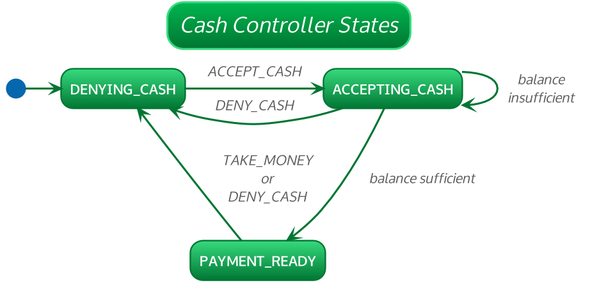
Above: img/cash_controller_state.png in FerryTix/diagrams (PlantUML), before the change. Source of this version:
```plantuml
@startuml

!$THEME = "bluegray"

!if %not(%variable_exists("$BGCOLOR"))
!$BGCOLOR = $WHITE
!endif

skinparam backgroundColor $BGCOLOR


!$WHITE = "#fff"
!$GRAY_DARK = "#5a5a5a"
!$GRAY = "#959595"
!$PRIMARY = "#007633"
!$SECONDARY = "#00B64F"
!$SUCCESS = "#b5bd00"
!$INFO = "#0568ae"
!$WARNING = "#ea7400"
!$DANGER = "#cf2a2a"
!$LIGHT = "#d2d2d2"
!$DARK = "#5a5a5a"

!$FGCOLOR = $DARK
!$PRIMARY_DARK = "#007633"
!$PRIMARY_LIGHT = "#37DA7E"
!$PRIMARY_TEXT = $WHITE
!$SECONDARY_LIGHT = "#f5f5f5"
!$SECONDARY_DARK = "#c2c2c2"
!$SECONDARY_TEXT = $DARK
!$INFO_LIGHT = "#3786be"
!$INFO_DARK = "#04538b"
!$INFO_TEXT = $WHITE
!$SUCCESS_LIGHT = "#c4ca33"
!$SUCCESS_DARK = "#919700"
!$SUCCESS_TEXT = $WHITE
!$WARNING_LIGHT = "#ee9033"
!$WARNING_DARK = "#bb5d00"
!$WARNING_TEXT = $WHITE
!$DANGER_LIGHT = "#d95555"
!$DANGER_DARK = "#a62222"
!$DANGER_TEXT = $WHITE

!procedure $success($msg)
  <font color=$SUCCESS><b>$msg
!endprocedure

!procedure $failure($msg)
  <font color=$DANGER><b>$msg
!endprocedure

!procedure $warning($msg)
  <font color=$WARNING><b>$msg
!endprocedure

!procedure $primary_scheme()

	FontColor $PRIMARY_TEXT
	BorderColor #060
	BackgroundColor $PRIMARY_LIGHT-$PRIMARY

!endprocedure

!procedure $secondary_scheme()
	FontColor $SECONDARY_TEXT
	BorderColor $SECONDARY_DARK
	BackgroundColor $WHITE-#fefefe
!endprocedure

skinparam defaultFontName        "Oxygen-Sans"
skinparam defaultFontSize        14
skinparam dpi                    150
skinparam shadowing              false
skinparam roundcorner            20
skinparam ParticipantPadding     30
skinparam BoxPadding             20
skinparam Padding                4
skinparam ArrowColor             $PRIMARY_DARK
skinparam defaultFontStyle       bold
skinparam stereotype {
    CBackgroundColor $SECONDARY_LIGHT
    CBorderColor $SECONDARY_DARK
    ABackgroundColor $SUCCESS_LIGHT
    ABorderColor $SUCCESS_DARK
    IBackgroundColor $DANGER_LIGHT
    IBorderColor $DANGER_DARK
    EBackgroundColor $WARNING_LIGHT
    EBorderColor $WARNING_DARK
    NBackgroundColor $INFO_LIGHT
    NBorderColor $INFO_DARK
}
skinparam title {
	FontColor	                 $WHITE
	BorderColor	                 $PRIMARY_LIGHT
	FontSize	    	         22
	BorderRoundCorner            32
	FontStyle                    italic
	BorderThickness 	         2
	BackgroundColor              $SECONDARY-$PRIMARY
}


skinparam legend {
	BackgroundColor $SECONDARY
	BorderColor $SECONDARY_DARK
	FontColor $DARK
}

!startsub swimlane
skinparam swimlane {
	BorderColor $INFO
	BorderThickness 2
	TitleBackgroundColor  $SECONDARY_LIGHT-$SECONDARY
	TitleFontColor $PRIMARY
}
!endsub

!startsub activity

skinparam activity {
	FontColor $PRIMARY_TEXT
	BorderColor $PRIMARY_LIGHT
	BackgroundColor $PRIMARY_LIGHT-$PRIMARY
	BarColor $SUCCESS
	StartColor #444
	EndColor $PRIMARY_LIGHT
	DiamondBackgroundColor $SECONDARY-$PRIMARY
  	DiamondBorderColor $PRIMARY_LIGHT
	DiamondFontColor $WHITE
}
!endsub

!startsub participant

skinparam participant {
	$primary_scheme()
	ParticipantBorderThickness 2
}
!endsub

!startsub actor

skinparam actor {
	$primary_scheme()
	FontColor $PRIMARY
}
!endsub

!startsub arrow

skinparam arrow {
	Thickness 2
	Color $PRIMARY
	FontColor $FGCOLOR
	FontStyle italic
}
!endsub

!startsub sequence

skinparam sequence {
	BorderColor $PRIMARY
	StartColor $PRIMARY
	EndColor #000
	BoxBackgroundColor $LIGHT
	BoxBorderColor $GRAY
	BoxFontColor $DARK
	LifeLineBorderColor #111
	LifeLineBorderThickness 2
	GroupBorderColor $GRAY
	GroupFontColor $DARK
	GroupHeaderFontColor $INFO
	DividerBackgroundColor $WHITE-$LIGHT
    DividerBorderColor $GRAY
    DividerBorderThickness 2
    DividerFontColor $DARK
	ReferenceBackgroundColor $BGCOLOR
	ReferenceBorderColor $GRAY
	ReferenceFontColor $DARK
	ReferenceHeaderFontColor $INFO

}
!endsub

!startsub partition

skinparam partition {
	BorderColor $PRIMARY
	FontColor $PRIMARY
	BackgroundColor $BGCOLOR
}
!endsub

!startsub collections

skinparam collections {
	$primary_scheme()
}
!endsub

!startsub control

skinparam control {
	$primary_scheme()
	FontColor $PRIMARY
}
!endsub

!startsub entity

skinparam entity {
	$primary_scheme()
	FontColor $PRIMARY
}
!endsub

!startsub boundary

skinparam boundary {
	$primary_scheme()
	FontColor $PRIMARY
}
!endsub

!startsub agent

skinparam agent {
	BackgroundColor #orange
	BorderColor #999999
	FontColor #333333
}
!endsub

!startsub note

skinparam note {
	BorderThickness 1
	BackgroundColor $INFO_LIGHT-$INFO
	BorderColor $INFO
	FontColor $WHITE
}
!endsub

!startsub artifact

skinparam artifact {
	BackgroundColor $WHITE-$LIGHT
	BorderColor $SECONDARY_DARK
	FontColor $SECONDARY_TEXT
}
!endsub

!startsub component

skinparam component {
	$primary_scheme()
}
!endsub

!startsub interface

skinparam interface {
	BackgroundColor  $DANGER_LIGHT
	BorderColor  $DANGER
	FontColor $DARK
}
!endsub

!startsub storage

skinparam storage {
	BackgroundColor $WARNING_LIGHT-$WARNING
  	BorderColor $WARNING
	FontColor $WARNING_TEXT
}
!endsub

!startsub node

skinparam node {
	BackgroundColor $SECONDARY_LIGHT-$SECONDARY
	BorderColor $SECONDARY_DARK
	FontColor $PRIMARY
}
!endsub

!startsub cloud

skinparam cloud {
	BackgroundColor #F2FCFE-#eeeeee
	BorderColor #F2FCFE
	FontColor $PRIMARY
}
!endsub

!startsub database

skinparam database {
	$primary_scheme()
	BorderColor $PRIMARY_DARK
}
!endsub

!startsub class

skinparam class {
	$primary_scheme()
	Public #000
	HeaderBackgroundColor $PRIMARY
	StereotypeFontColor $DARK
	BorderThickness 1
	AttributeFontColor $WHITE
	AttributeFontSize 14
}
!endsub

!startsub object

skinparam object {
	$primary_scheme()
	StereotypeFontColor $DARK
	BorderThickness 1
	AttributeFontColor $LIGHT
	AttributeFontSize 11
}
!endsub

!startsub usecase

skinparam usecase {
	$primary_scheme()
	BorderThickness 2
	StereotypeFontColor $PRIMARY
}
!endsub

!startsub rectangle

skinparam rectangle {
	$secondary_scheme()
	BorderThickness 2
	StereotypeFontColor $PRIMARY
}
!endsub

!startsub package

skinparam package {
	FontColor $PRIMARY
	BorderColor $PRIMARY_LIGHT
	BackgroundColor $BGCOLOR
	BorderThickness 2
}
!endsub

!startsub folder

skinparam folder {
	BackgroundColor $WHITE-$SECONDARY_LIGHT
  	BorderColor $WARNING
	FontColor $WARNING
	BorderThickness 2
}
!endsub

!startsub frame

skinparam frame {
	BackgroundColor $WHITE-$SECONDARY_LIGHT
  	BorderColor $INFO
	FontColor $INFO
	BorderThickness 2
}
!endsub

!startsub state

skinparam state {
	$primary_scheme()
	BorderColor $PRIMARY_DARK
	StartColor $INFO
	EndColor $INFO
	AttributeFontColor $LIGHT
	AttributeFontSize 11
}
!endsub

!startsub queue

skinparam queue {
	$primary_scheme()
}
!endsub

!startsub card

skinparam card {
	BackgroundColor $INFO_LIGHT-$INFO
	BorderColor $INFO
	FontColor $INFO_TEXT
}
!endsub

!startsub file

skinparam file {
	BackgroundColor $SECONDARY_LIGHT-$SECONDARY
	BorderColor $INFO
	FontColor $SECONDARY_TEXT

}
!endsub

!startsub stack

skinparam stack {
	$primary_scheme()
}
!endsub
title Cash Controller States

hide empty description

[*] -> DENYING_CASH

DENYING_CASH -> ACCEPTING_CASH: ACCEPT_CASH

ACCEPTING_CASH --> PAYMENT_READY: balance sufficient
ACCEPTING_CASH -left-> DENYING_CASH: DENY_CASH
ACCEPTING_CASH -> ACCEPTING_CASH: balance\ninsufficient

PAYMENT_READY -> DENYING_CASH: TAKE_MONEY\nor\nDENY_CASH

@enduml
```
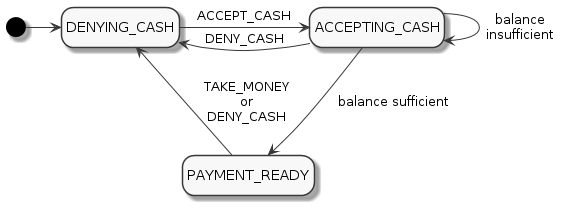
The same diagram one commit later.

Commit message:
update cash controller state diagram style

The edit, as a diff of the source:
```diff
@@ -1,423 +1,7 @@
 @startuml
 
-!$THEME = "bluegray"
+skinparam monochrome true
 
-!if %not(%variable_exists("$BGCOLOR"))
-!$BGCOLOR = $WHITE
-!endif
-
-skinparam backgroundColor $BGCOLOR
-
-
-!$WHITE = "#fff"
-!$GRAY_DARK = "#5a5a5a"
-!$GRAY = "#959595"
-!$PRIMARY = "#007633"
-!$SECONDARY = "#00B64F"
-!$SUCCESS = "#b5bd00"
-!$INFO = "#0568ae"
-!$WARNING = "#ea7400"
-!$DANGER = "#cf2a2a"
-!$LIGHT = "#d2d2d2"
-!$DARK = "#5a5a5a"
-
-!$FGCOLOR = $DARK
-!$PRIMARY_DARK = "#007633"
-!$PRIMARY_LIGHT = "#37DA7E"
-!$PRIMARY_TEXT = $WHITE
-!$SECONDARY_LIGHT = "#f5f5f5"
-!$SECONDARY_DARK = "#c2c2c2"
-!$SECONDARY_TEXT = $DARK
-!$INFO_LIGHT = "#3786be"
-!$INFO_DARK = "#04538b"
-!$INFO_TEXT = $WHITE
-!$SUCCESS_LIGHT = "#c4ca33"
-!$SUCCESS_DARK = "#919700"
-!$SUCCESS_TEXT = $WHITE
-!$WARNING_LIGHT = "#ee9033"
-!$WARNING_DARK = "#bb5d00"
-!$WARNING_TEXT = $WHITE
-!$DANGER_LIGHT = "#d95555"
-!$DANGER_DARK = "#a62222"
-!$DANGER_TEXT = $WHITE
-
-!procedure $success($msg)
-  <font color=$SUCCESS><b>$msg
-!endprocedure
-
-!procedure $failure($msg)
-  <font color=$DANGER><b>$msg
-!endprocedure
-
-!procedure $warning($msg)
-  <font color=$WARNING><b>$msg
-!endprocedure
-
-!procedure $primary_scheme()
-
-	FontColor $PRIMARY_TEXT
-	BorderColor #060
-	BackgroundColor $PRIMARY_LIGHT-$PRIMARY
-
-!endprocedure
-
-!procedure $secondary_scheme()
-	FontColor $SECONDARY_TEXT
-	BorderColor $SECONDARY_DARK
-	BackgroundColor $WHITE-#fefefe
-!endprocedure
-
-skinparam defaultFontName        "Oxygen-Sans"
-skinparam defaultFontSize        14
-skinparam dpi                    150
-skinparam shadowing              false
-skinparam roundcorner            20
-skinparam ParticipantPadding     30
-skinparam BoxPadding             20
-skinparam Padding                4
-skinparam ArrowColor             $PRIMARY_DARK
-skinparam defaultFontStyle       bold
-skinparam stereotype {
-    CBackgroundColor $SECONDARY_LIGHT
-    CBorderColor $SECONDARY_DARK
-    ABackgroundColor $SUCCESS_LIGHT
-    ABorderColor $SUCCESS_DARK
-    IBackgroundColor $DANGER_LIGHT
-    IBorderColor $DANGER_DARK
-    EBackgroundColor $WARNING_LIGHT
-    EBorderColor $WARNING_DARK
-    NBackgroundColor $INFO_LIGHT
-    NBorderColor $INFO_DARK
-}
-skinparam title {
-	FontColor	                 $WHITE
-	BorderColor	                 $PRIMARY_LIGHT
-	FontSize	    	         22
-	BorderRoundCorner            32
-	FontStyle                    italic
-	BorderThickness 	         2
-	BackgroundColor              $SECONDARY-$PRIMARY
-}
-
-
-skinparam legend {
-	BackgroundColor $SECONDARY
-	BorderColor $SECONDARY_DARK
-	FontColor $DARK
-}
-
-!startsub swimlane
-skinparam swimlane {
-	BorderColor $INFO
-	BorderThickness 2
-	TitleBackgroundColor  $SECONDARY_LIGHT-$SECONDARY
-	TitleFontColor $PRIMARY
-}
-!endsub
-
-!startsub activity
-
-skinparam activity {
-	FontColor $PRIMARY_TEXT
-	BorderColor $PRIMARY_LIGHT
-	BackgroundColor $PRIMARY_LIGHT-$PRIMARY
-	BarColor $SUCCESS
-	StartColor #444
-	EndColor $PRIMARY_LIGHT
-	DiamondBackgroundColor $SECONDARY-$PRIMARY
-  	DiamondBorderColor $PRIMARY_LIGHT
-	DiamondFontColor $WHITE
-}
-!endsub
-
-!startsub participant
-
-skinparam participant {
-	$primary_scheme()
-	ParticipantBorderThickness 2
-}
-!endsub
-
-!startsub actor
-
-skinparam actor {
-	$primary_scheme()
-	FontColor $PRIMARY
-}
-!endsub
-
-!startsub arrow
-
-skinparam arrow {
-	Thickness 2
-	Color $PRIMARY
-	FontColor $FGCOLOR
-	FontStyle italic
-}
-!endsub
-
-!startsub sequence
-
-skinparam sequence {
-	BorderColor $PRIMARY
-	StartColor $PRIMARY
-	EndColor #000
-	BoxBackgroundColor $LIGHT
-	BoxBorderColor $GRAY
-	BoxFontColor $DARK
-	LifeLineBorderColor #111
-	LifeLineBorderThickness 2
-	GroupBorderColor $GRAY
-	GroupFontColor $DARK
-	GroupHeaderFontColor $INFO
-	DividerBackgroundColor $WHITE-$LIGHT
-    DividerBorderColor $GRAY
-    DividerBorderThickness 2
-    DividerFontColor $DARK
-	ReferenceBackgroundColor $BGCOLOR
-	ReferenceBorderColor $GRAY
-	ReferenceFontColor $DARK
-	ReferenceHeaderFontColor $INFO
-
-}
-!endsub
-
-!startsub partition
-
-skinparam partition {
-	BorderColor $PRIMARY
-	FontColor $PRIMARY
-	BackgroundColor $BGCOLOR
-}
-!endsub
-
-!startsub collections
-
-skinparam collections {
-	$primary_scheme()
-}
-!endsub
-
-!startsub control
-
-skinparam control {
-	$primary_scheme()
-	FontColor $PRIMARY
-}
-!endsub
-
-!startsub entity
-
-skinparam entity {
-	$primary_scheme()
-	FontColor $PRIMARY
-}
-!endsub
-
-!startsub boundary
-
-skinparam boundary {
-	$primary_scheme()
-	FontColor $PRIMARY
-}
-!endsub
-
-!startsub agent
-
-skinparam agent {
-	BackgroundColor #orange
-	BorderColor #999999
-	FontColor #333333
-}
-!endsub
-
-!startsub note
-
-skinparam note {
-	BorderThickness 1
-	BackgroundColor $INFO_LIGHT-$INFO
-	BorderColor $INFO
-	FontColor $WHITE
-}
-!endsub
-
-!startsub artifact
-
-skinparam artifact {
-	BackgroundColor $WHITE-$LIGHT
-	BorderColor $SECONDARY_DARK
-	FontColor $SECONDARY_TEXT
-}
-!endsub
-
-!startsub component
-
-skinparam component {
-	$primary_scheme()
-}
-!endsub
-
-!startsub interface
-
-skinparam interface {
-	BackgroundColor  $DANGER_LIGHT
-	BorderColor  $DANGER
-	FontColor $DARK
-}
-!endsub
-
-!startsub storage
-
-skinparam storage {
-	BackgroundColor $WARNING_LIGHT-$WARNING
-  	BorderColor $WARNING
-	FontColor $WARNING_TEXT
-}
-!endsub
-
-!startsub node
-
-skinparam node {
-	BackgroundColor $SECONDARY_LIGHT-$SECONDARY
-	BorderColor $SECONDARY_DARK
-	FontColor $PRIMARY
-}
-!endsub
-
-!startsub cloud
-
-skinparam cloud {
-	BackgroundColor #F2FCFE-#eeeeee
-	BorderColor #F2FCFE
-	FontColor $PRIMARY
-}
-!endsub
-
-!startsub database
-
-skinparam database {
-	$primary_scheme()
-	BorderColor $PRIMARY_DARK
-}
-!endsub
-
-!startsub class
-
-skinparam class {
-	$primary_scheme()
-	Public #000
-	HeaderBackgroundColor $PRIMARY
-	StereotypeFontColor $DARK
-	BorderThickness 1
-	AttributeFontColor $WHITE
-	AttributeFontSize 14
-}
-!endsub
-
-!startsub object
-
-skinparam object {
-	$primary_scheme()
-	StereotypeFontColor $DARK
-	BorderThickness 1
-	AttributeFontColor $LIGHT
-	AttributeFontSize 11
-}
-!endsub
-
-!startsub usecase
-
-skinparam usecase {
-	$primary_scheme()
-	BorderThickness 2
-	StereotypeFontColor $PRIMARY
-}
-!endsub
-
-!startsub rectangle
-
-skinparam rectangle {
-	$secondary_scheme()
-	BorderThickness 2
-	StereotypeFontColor $PRIMARY
-}
-!endsub
-
-!startsub package
-
-skinparam package {
-	FontColor $PRIMARY
-	BorderColor $PRIMARY_LIGHT
-	BackgroundColor $BGCOLOR
-	BorderThickness 2
-}
-!endsub
-
-!startsub folder
-
-skinparam folder {
-	BackgroundColor $WHITE-$SECONDARY_LIGHT
-  	BorderColor $WARNING
-	FontColor $WARNING
-	BorderThickness 2
-}
-!endsub
-
-!startsub frame
-
-skinparam frame {
-	BackgroundColor $WHITE-$SECONDARY_LIGHT
-  	BorderColor $INFO
-	FontColor $INFO
-	BorderThickness 2
-}
-!endsub
-
-!startsub state
-
-skinparam state {
-	$primary_scheme()
-	BorderColor $PRIMARY_DARK
-	StartColor $INFO
-	EndColor $INFO
-	AttributeFontColor $LIGHT
-	AttributeFontSize 11
-}
-!endsub
-
-!startsub queue
-
-skinparam queue {
-	$primary_scheme()
-}
-!endsub
-
-!startsub card
-
-skinparam card {
-	BackgroundColor $INFO_LIGHT-$INFO
-	BorderColor $INFO
-	FontColor $INFO_TEXT
-}
-!endsub
-
-!startsub file
-
-skinparam file {
-	BackgroundColor $SECONDARY_LIGHT-$SECONDARY
-	BorderColor $INFO
-	FontColor $SECONDARY_TEXT
-
-}
-!endsub
-
-!startsub stack
-
-skinparam stack {
-	$primary_scheme()
-}
-!endsub
-title Cash Controller States
 
 hide empty description
 
```
